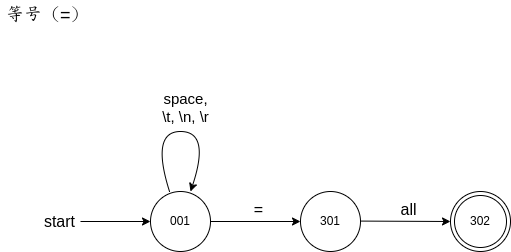
WillardLu/petunia keeps this draw.io diagram as design_data/images/状态转换图之等号.png. Above is the earlier version. Source tidied: cells renumbered, new cells last; positions are measured from the earlier drawing's top-left corner, leaving out a move shared by most shapes.
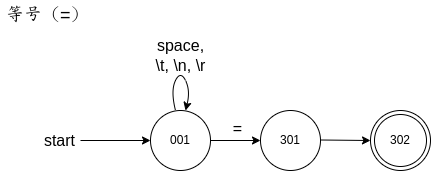
Later version of the same file.

What changed in the source:
```diff
@@ -3,53 +3,54 @@
     <mxCell id="0" />
     <mxCell id="1" parent="0" />
     <mxCell id="2" value="等号（=）" style="text;strokeColor=none;fillColor=none;align=left;verticalAlign=middle;spacingLeft=4;spacingRight=4;overflow=hidden;whiteSpace=wrap;html=1;fontSize=18;fontFamily=Helvetica;" parent="1" vertex="1">
-      <mxGeometry width="180" height="30" as="geometry" />
+      <mxGeometry x="-30" y="-390" width="180" height="30" as="geometry" />
     </mxCell>
     <mxCell id="3" value="001" style="shape=ellipse;html=1;dashed=0;whiteSpace=wrap;perimeter=ellipsePerimeter;" parent="1" vertex="1">
-      <mxGeometry x="150" y="191" width="60" height="60" as="geometry" />
+      <mxGeometry x="120" y="-280" width="60" height="60" as="geometry" />
     </mxCell>
     <mxCell id="4" style="endArrow=classic;html=1;rounded=0;entryX=0;entryY=0.5;entryDx=0;entryDy=0;" parent="1" edge="1" target="3">
       <mxGeometry relative="1" as="geometry">
-        <mxPoint x="80" y="221" as="sourcePoint" />
+        <mxPoint x="50" y="-250" as="sourcePoint" />
       </mxGeometry>
     </mxCell>
     <mxCell id="5" value="start" style="edgeLabel;html=1;align=right;verticalAlign=middle;fontSize=16;spacingLeft=0;spacingRight=27;" parent="4" vertex="1">
       <mxGeometry x="-0.37" y="1" relative="1" as="geometry" />
     </mxCell>
-    <mxCell id="6" style="curved=1;endArrow=classic;html=1;rounded=0;exitX=0.317;exitY=-0.05;exitDx=0;exitDy=0;exitPerimeter=0;" parent="1" edge="1">
+    <mxCell id="6" style="endArrow=classic;html=1;rounded=0;exitX=1;exitY=0.5;exitDx=0;exitDy=0;" parent="1" edge="1" source="3">
       <mxGeometry relative="1" as="geometry">
-        <mxPoint x="169" y="191" as="sourcePoint" />
-        <mxPoint x="190" y="191" as="targetPoint" />
-        <Array as="points">
-          <mxPoint x="150" y="131" />
-          <mxPoint x="210" y="131" />
-        </Array>
+        <mxPoint x="230" y="-250" as="targetPoint" />
       </mxGeometry>
     </mxCell>
-    <mxCell id="7" value="space, &lt;br style=&quot;font-size: 15px;&quot;&gt;\t, \n, \r" style="edgeLabel;html=1;align=center;verticalAlign=bottom;fontSize=15;spacingBottom=6;" parent="6" vertex="1">
-      <mxGeometry x="0.04" y="-2" relative="1" as="geometry" />
+    <mxCell id="7" value="=" style="edgeLabel;html=1;align=center;verticalAlign=bottom;fontSize=16;" parent="6" vertex="1">
+      <mxGeometry x="0.04" y="1" relative="1" as="geometry" />
     </mxCell>
-    <mxCell id="8" value="301" style="shape=ellipse;html=1;dashed=0;whiteSpace=wrap;perimeter=ellipsePerimeter;" parent="1" vertex="1">
-      <mxGeometry x="300" y="191" width="60" height="60" as="geometry" />
+    <mxCell id="8" value="302" style="ellipse;shape=doubleEllipse;html=1;dashed=0;whiteSpace=wrap;" parent="1" vertex="1">
+      <mxGeometry x="340" y="-280" width="60" height="60" as="geometry" />
     </mxCell>
-    <mxCell id="9" style="endArrow=classic;html=1;rounded=0;exitX=1;exitY=0.5;exitDx=0;exitDy=0;" parent="1" edge="1" source="3">
+    <mxCell id="9" style="curved=1;endArrow=classic;html=1;rounded=0;" parent="1" edge="1">
       <mxGeometry relative="1" as="geometry">
-        <mxPoint x="300" y="221" as="targetPoint" />
+        <mxPoint x="145" y="-280" as="sourcePoint" />
+        <mxPoint x="155" y="-280" as="targetPoint" />
+        <Array as="points">
+          <mxPoint x="140" y="-300" />
+          <mxPoint x="150" y="-320" />
+          <mxPoint x="160" y="-300" />
+        </Array>
       </mxGeometry>
     </mxCell>
-    <mxCell id="10" value="=" style="edgeLabel;html=1;align=center;verticalAlign=bottom;fontSize=16;" parent="9" vertex="1">
-      <mxGeometry x="0.04" y="1" relative="1" as="geometry" />
+    <mxCell id="10" value="&lt;font style=&quot;font-size: 16px;&quot;&gt;space,&lt;br&gt;\t, \n, \r&lt;/font&gt;" style="edgeLabel;html=1;align=center;verticalAlign=middle;" parent="9" vertex="1">
+      <mxGeometry x="-0.11" y="-2" relative="1" as="geometry">
+        <mxPoint y="-21" as="offset" />
+      </mxGeometry>
     </mxCell>
-    <mxCell id="11" style="endArrow=classic;html=1;rounded=0;exitX=1;exitY=0.5;exitDx=0;exitDy=0;entryX=0;entryY=0.5;entryDx=0;entryDy=0;" parent="1" edge="1" target="13">
-      <mxGeometry relative="1" as="geometry">
-        <mxPoint x="360" y="220.6" as="sourcePoint" />
-      </mxGeometry>
+    <mxCell id="11" value="301" style="shape=ellipse;html=1;dashed=0;whiteSpace=wrap;perimeter=ellipsePerimeter;" parent="1" vertex="1">
+      <mxGeometry x="230" y="-280" width="60" height="60" as="geometry" />
     </mxCell>
-    <mxCell id="12" value="all" style="edgeLabel;html=1;align=center;verticalAlign=bottom;fontSize=16;" parent="11" vertex="1">
-      <mxGeometry x="0.04" y="1" relative="1" as="geometry" />
+    <mxCell id="12" style="endArrow=classic;html=1;rounded=0;exitX=1;exitY=0.5;exitDx=0;exitDy=0;" parent="1" edge="1">
+      <mxGeometry relative="1" as="geometry">
+        <mxPoint x="290" y="-250.5" as="sourcePoint" />
+        <mxPoint x="340" y="-250" as="targetPoint" />
+      </mxGeometry>
     </mxCell>
-    <mxCell id="13" value="302" style="ellipse;shape=doubleEllipse;html=1;dashed=0;whiteSpace=wrap;" parent="1" vertex="1">
-      <mxGeometry x="450" y="191" width="60" height="60" as="geometry" />
-    </mxCell>
   </root>
 </mxGraphModel>
```
